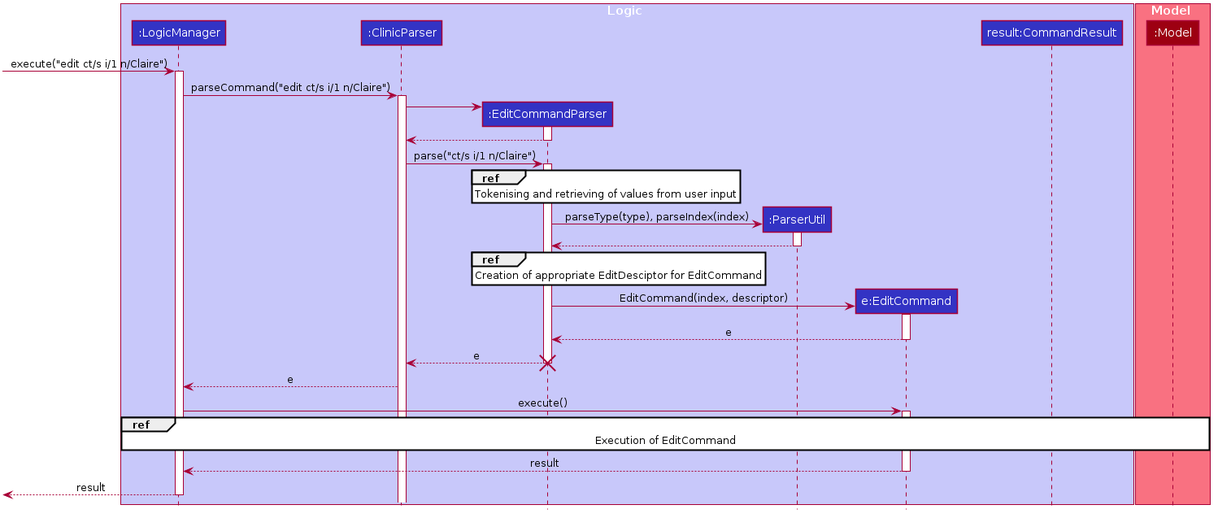
This is docs/images/EditCommandSequenceDiagram.png from tohyuting/tp, a PlantUML export, as it was before one commit.
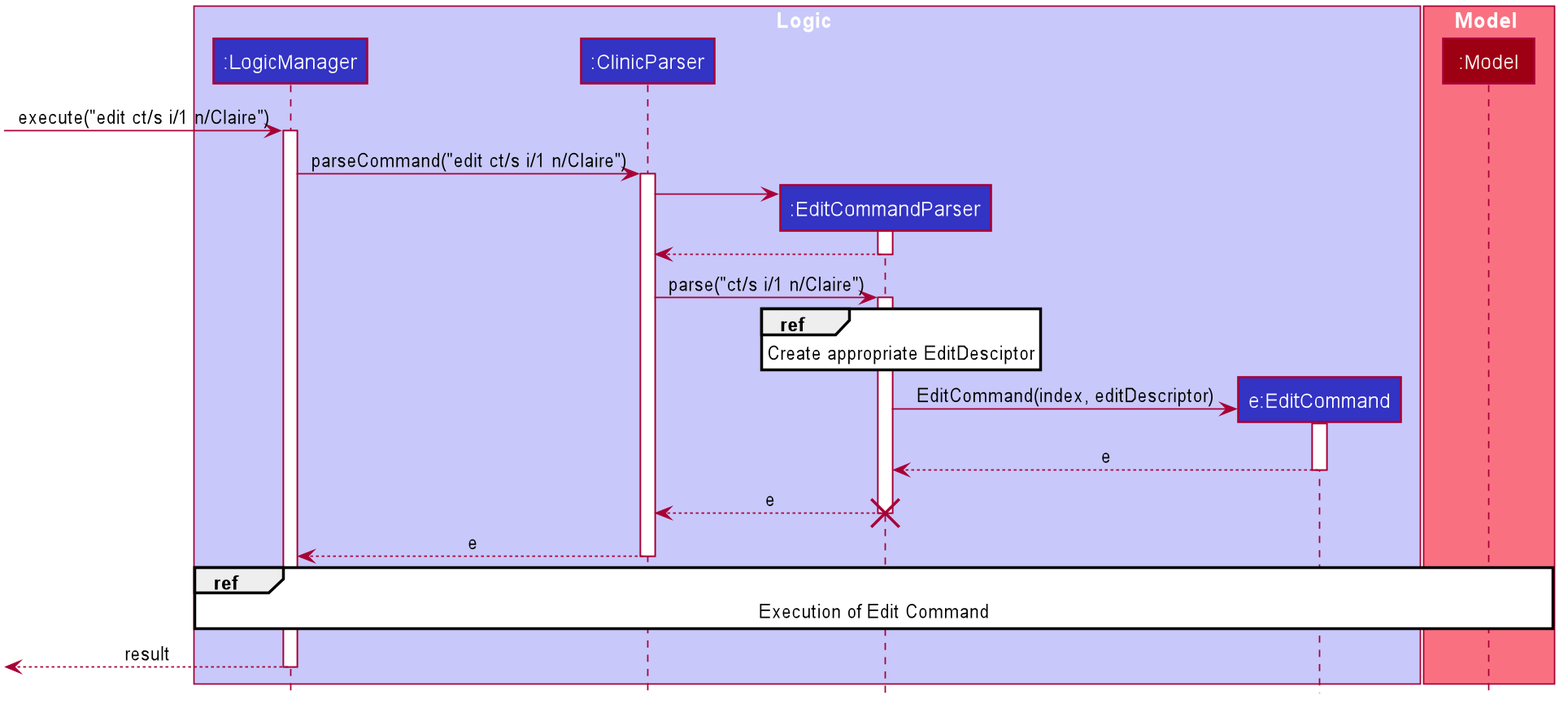
After the change.

Diff of the diagram source:
```diff
@@ -52,9 +52,7 @@
 participant ":LogicManager" as LogicManager #3333C4
 participant ":ClinicParser" as ClinicParser #3333C4
 participant ":EditCommandParser" as EditCommandParser #3333C4
-participant ":ParserUtil" as ParserUtil #3333C4
 participant "e:EditCommand" as EditCommand #3333C4
-participant "result:CommandResult" as CommandResult #3333C4
 end box
 
 box Model #F97181
@@ -78,21 +76,11 @@
 activate EditCommandParser
 
 ref over EditCommandParser
-Tokenising and retrieving of values from user input
-end
-
-create ParserUtil
-EditCommandParser -> ParserUtil : parseType(type), parseIndex(index)
-activate ParserUtil
-ParserUtil --> EditCommandParser
-deactivate ParserUtil
-
-ref over EditCommandParser
-Creation of appropriate EditDesciptor for EditCommand
+Create appropriate EditDesciptor
 end
 
 create EditCommand
-EditCommandParser -> EditCommand : EditCommand(index, descriptor)
+EditCommandParser -> EditCommand : EditCommand(index, editDescriptor)
 activate EditCommand
 EditCommand --> EditCommandParser : e
 deactivate EditCommand
@@ -101,14 +89,12 @@
 destroy EditCommandParser
 
 ClinicParser --> LogicManager : e
+deactivate ClinicParser
 
-LogicManager -> EditCommand : execute()
-activate EditCommand
 ref over LogicManager, Model
-Execution of EditCommand
+Execution of Edit Command
 end
-EditCommand --> LogicManager : result
-deactivate EditCommand
+
 
 [<--LogicManager : result
 deactivate LogicManager
```
